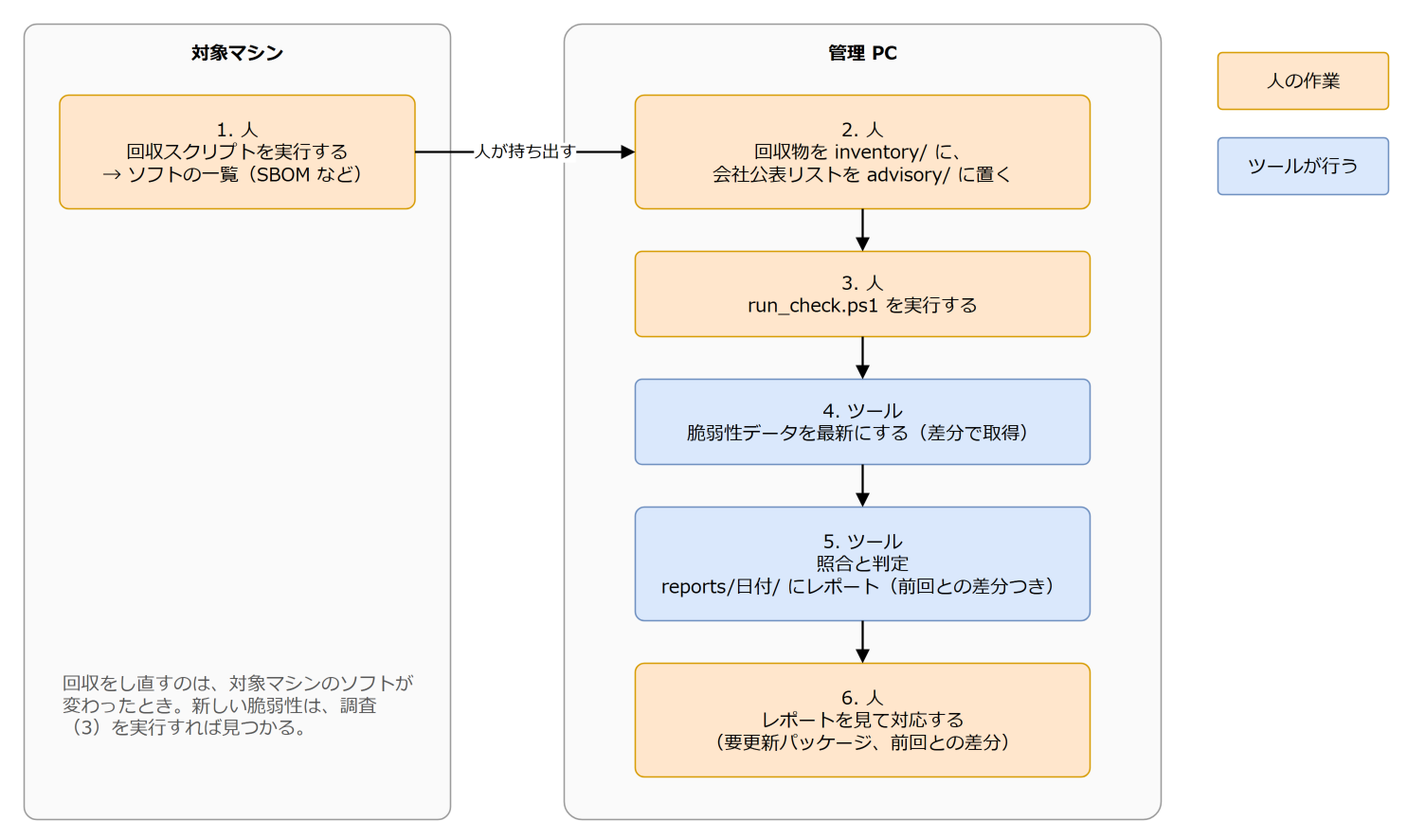
Above: docs/images/workflow.drawio.png in hsgwa/cve_chk (draw.io), before the change. Source tidied: cells renumbered, new cells last; positions are measured from the earlier drawing's top-left corner, leaving out a move shared by most shapes. Its diagram source:
```xml
<mxGraphModel>
  <root>
    <mxCell id="0" />
    <mxCell id="1" parent="0" />
    <mxCell id="2" value="対象マシン" style="rounded=1;whiteSpace=wrap;html=1;arcSize=3;verticalAlign=top;align=left;spacingLeft=10;spacingTop=6;fontStyle=1;fontFamily=Meiryo;fontSize=13;fillColor=#FAFAFA;strokeColor=#999999;align=center;spacingLeft=0;" parent="1" vertex="1">
      <mxGeometry width="300" height="560" as="geometry" />
    </mxCell>
    <mxCell id="3" value="管理 PC" style="rounded=1;whiteSpace=wrap;html=1;arcSize=3;verticalAlign=top;align=left;spacingLeft=10;spacingTop=6;fontStyle=1;fontFamily=Meiryo;fontSize=13;fillColor=#FAFAFA;strokeColor=#999999;align=center;spacingLeft=0;" parent="1" vertex="1">
      <mxGeometry x="380" width="420" height="560" as="geometry" />
    </mxCell>
    <mxCell id="4" value="1. 人&lt;br&gt;回収スクリプトを実行する&lt;br&gt;→ ソフトの一覧（SBOM など）" style="rounded=1;whiteSpace=wrap;html=1;arcSize=8;fontFamily=Meiryo;fontSize=13;fillColor=#FFE6CC;strokeColor=#D79B00;" parent="1" vertex="1">
      <mxGeometry x="25" y="50" width="250" height="80" as="geometry" />
    </mxCell>
    <mxCell id="5" value="2. 人&lt;br&gt;回収物を inventory/ に、&lt;br&gt;会社公表リストを advisory/ に置く" style="rounded=1;whiteSpace=wrap;html=1;arcSize=8;fontFamily=Meiryo;fontSize=13;fillColor=#FFE6CC;strokeColor=#D79B00;" parent="1" vertex="1">
      <mxGeometry x="430" y="50" width="320" height="80" as="geometry" />
    </mxCell>
    <mxCell id="6" value="3. 人&lt;br&gt;run_check.ps1 を実行する" style="rounded=1;whiteSpace=wrap;html=1;arcSize=8;fontFamily=Meiryo;fontSize=13;fillColor=#FFE6CC;strokeColor=#D79B00;" parent="1" vertex="1">
      <mxGeometry x="430" y="160" width="320" height="60" as="geometry" />
    </mxCell>
    <mxCell id="7" value="4. ツール&lt;br&gt;脆弱性データを最新にする（差分で取得）" style="rounded=1;whiteSpace=wrap;html=1;arcSize=8;fontFamily=Meiryo;fontSize=13;fillColor=#DAE8FC;strokeColor=#6C8EBF;" parent="1" vertex="1">
      <mxGeometry x="430" y="250" width="320" height="60" as="geometry" />
    </mxCell>
    <mxCell id="8" value="5. ツール&lt;br&gt;照合と判定&lt;br&gt;reports/日付/ にレポート（前回との差分つき）" style="rounded=1;whiteSpace=wrap;html=1;arcSize=8;fontFamily=Meiryo;fontSize=13;fillColor=#DAE8FC;strokeColor=#6C8EBF;" parent="1" vertex="1">
      <mxGeometry x="430" y="340" width="320" height="80" as="geometry" />
    </mxCell>
    <mxCell id="9" value="6. 人&lt;br&gt;レポートを見て対応する&lt;br&gt;（要更新パッケージ、前回との差分）" style="rounded=1;whiteSpace=wrap;html=1;arcSize=8;fontFamily=Meiryo;fontSize=13;fillColor=#FFE6CC;strokeColor=#D79B00;" parent="1" vertex="1">
      <mxGeometry x="430" y="450" width="320" height="80" as="geometry" />
    </mxCell>
    <mxCell id="10" value="人が持ち出す" style="edgeStyle=orthogonalEdgeStyle;rounded=1;html=1;endArrow=block;endFill=1;strokeWidth=1.5;fontFamily=Meiryo;fontSize=13;fontSize=12;labelBackgroundColor=#FFFFFF;" parent="1" edge="1" source="4" target="5">
      <mxGeometry relative="1" as="geometry" />
    </mxCell>
    <mxCell id="11" style="edgeStyle=orthogonalEdgeStyle;rounded=1;html=1;endArrow=block;endFill=1;strokeWidth=1.5;fontFamily=Meiryo;fontSize=13;fontSize=12;labelBackgroundColor=#FFFFFF;" parent="1" edge="1" source="5" target="6">
      <mxGeometry relative="1" as="geometry" />
    </mxCell>
    <mxCell id="12" style="edgeStyle=orthogonalEdgeStyle;rounded=1;html=1;endArrow=block;endFill=1;strokeWidth=1.5;fontFamily=Meiryo;fontSize=13;fontSize=12;labelBackgroundColor=#FFFFFF;" parent="1" edge="1" source="6" target="7">
      <mxGeometry relative="1" as="geometry" />
    </mxCell>
    <mxCell id="13" style="edgeStyle=orthogonalEdgeStyle;rounded=1;html=1;endArrow=block;endFill=1;strokeWidth=1.5;fontFamily=Meiryo;fontSize=13;fontSize=12;labelBackgroundColor=#FFFFFF;" parent="1" edge="1" source="7" target="8">
      <mxGeometry relative="1" as="geometry" />
    </mxCell>
    <mxCell id="14" style="edgeStyle=orthogonalEdgeStyle;rounded=1;html=1;endArrow=block;endFill=1;strokeWidth=1.5;fontFamily=Meiryo;fontSize=13;fontSize=12;labelBackgroundColor=#FFFFFF;" parent="1" edge="1" source="8" target="9">
      <mxGeometry relative="1" as="geometry" />
    </mxCell>
    <mxCell id="15" value="人の作業" style="rounded=1;whiteSpace=wrap;html=1;arcSize=8;fontFamily=Meiryo;fontSize=13;fillColor=#FFE6CC;strokeColor=#D79B00;" parent="1" vertex="1">
      <mxGeometry x="840" y="20" width="120" height="40" as="geometry" />
    </mxCell>
    <mxCell id="16" value="ツールが行う" style="rounded=1;whiteSpace=wrap;html=1;arcSize=8;fontFamily=Meiryo;fontSize=13;fillColor=#DAE8FC;strokeColor=#6C8EBF;" parent="1" vertex="1">
      <mxGeometry x="840" y="80" width="120" height="40" as="geometry" />
    </mxCell>
    <mxCell id="17" value="回収をし直すのは、対象マシンのソフトが変わったとき。新しい脆弱性は、調査（3）を実行すれば見つかる。" style="text;html=1;whiteSpace=wrap;align=left;verticalAlign=top;fontFamily=Meiryo;fontSize=13;fontColor=#555555;" parent="1" vertex="1">
      <mxGeometry x="25" y="450" width="250" height="100" as="geometry" />
    </mxCell>
  </root>
</mxGraphModel>
```
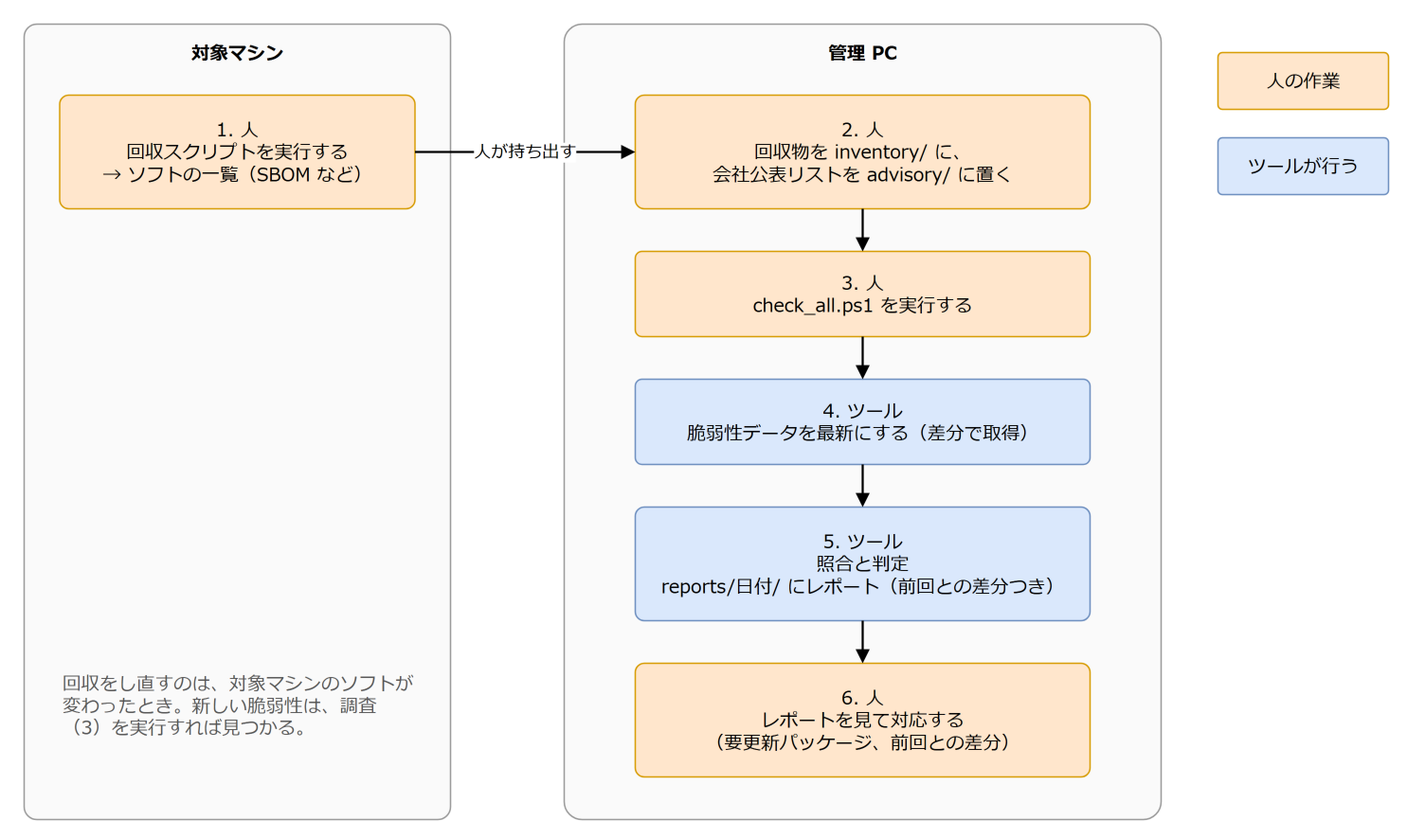
After the commit.

Diff of the diagram source:
```diff
@@ -14,7 +14,7 @@
     <mxCell id="5" value="2. 人&lt;br&gt;回収物を inventory/ に、&lt;br&gt;会社公表リストを advisory/ に置く" style="rounded=1;whiteSpace=wrap;html=1;arcSize=8;fontFamily=Meiryo;fontSize=13;fillColor=#FFE6CC;strokeColor=#D79B00;" parent="1" vertex="1">
       <mxGeometry x="430" y="50" width="320" height="80" as="geometry" />
     </mxCell>
-    <mxCell id="6" value="3. 人&lt;br&gt;run_check.ps1 を実行する" style="rounded=1;whiteSpace=wrap;html=1;arcSize=8;fontFamily=Meiryo;fontSize=13;fillColor=#FFE6CC;strokeColor=#D79B00;" parent="1" vertex="1">
+    <mxCell id="6" value="3. 人&lt;br&gt;check_all.ps1 を実行する" style="rounded=1;whiteSpace=wrap;html=1;arcSize=8;fontFamily=Meiryo;fontSize=13;fillColor=#FFE6CC;strokeColor=#D79B00;" parent="1" vertex="1">
       <mxGeometry x="430" y="160" width="320" height="60" as="geometry" />
     </mxCell>
     <mxCell id="7" value="4. ツール&lt;br&gt;脆弱性データを最新にする（差分で取得）" style="rounded=1;whiteSpace=wrap;html=1;arcSize=8;fontFamily=Meiryo;fontSize=13;fillColor=#DAE8FC;strokeColor=#6C8EBF;" parent="1" vertex="1">
```
